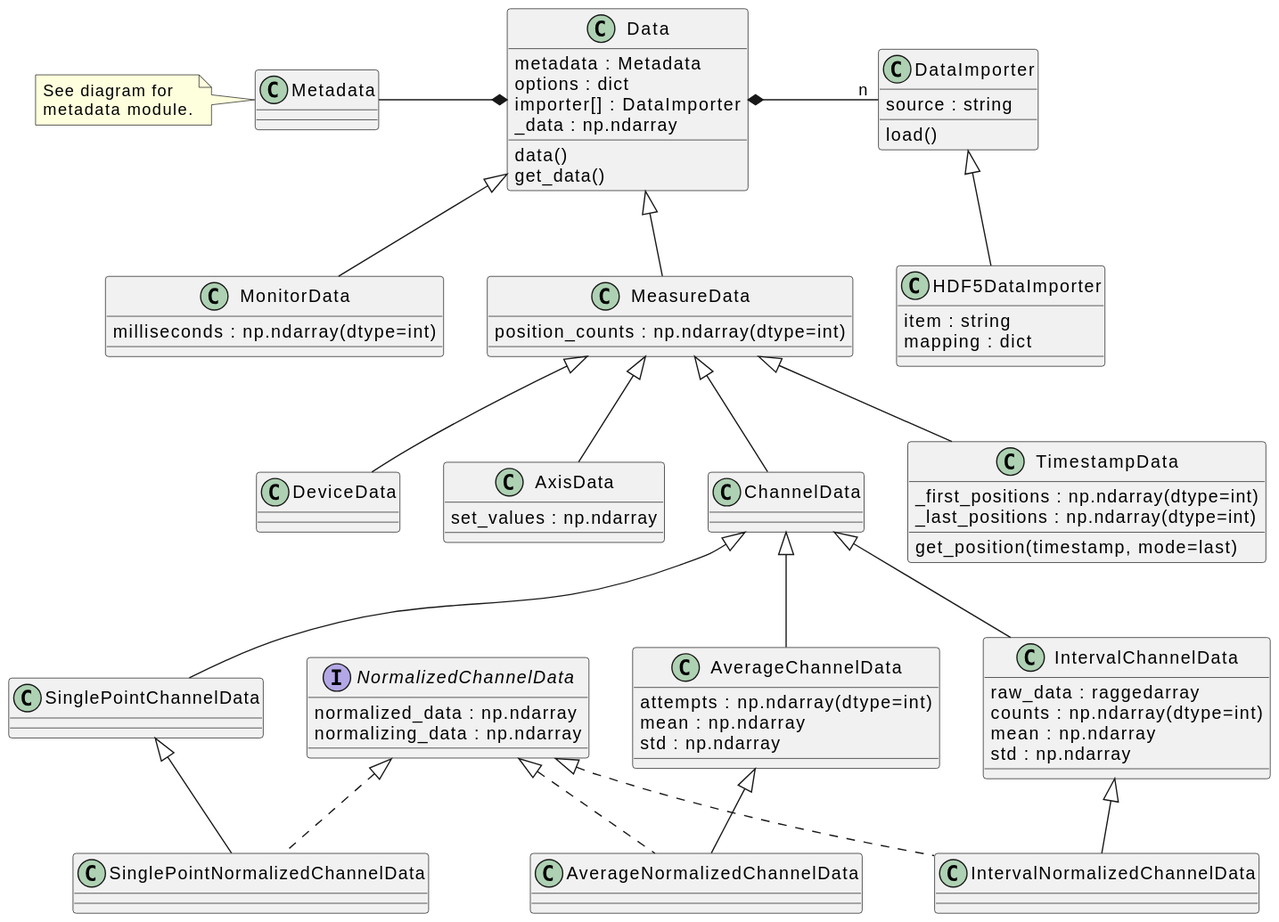
Before: docs/uml/evefile.entities.data.svg, a diagram exported from PlantUML (tillbiskup/evefile).
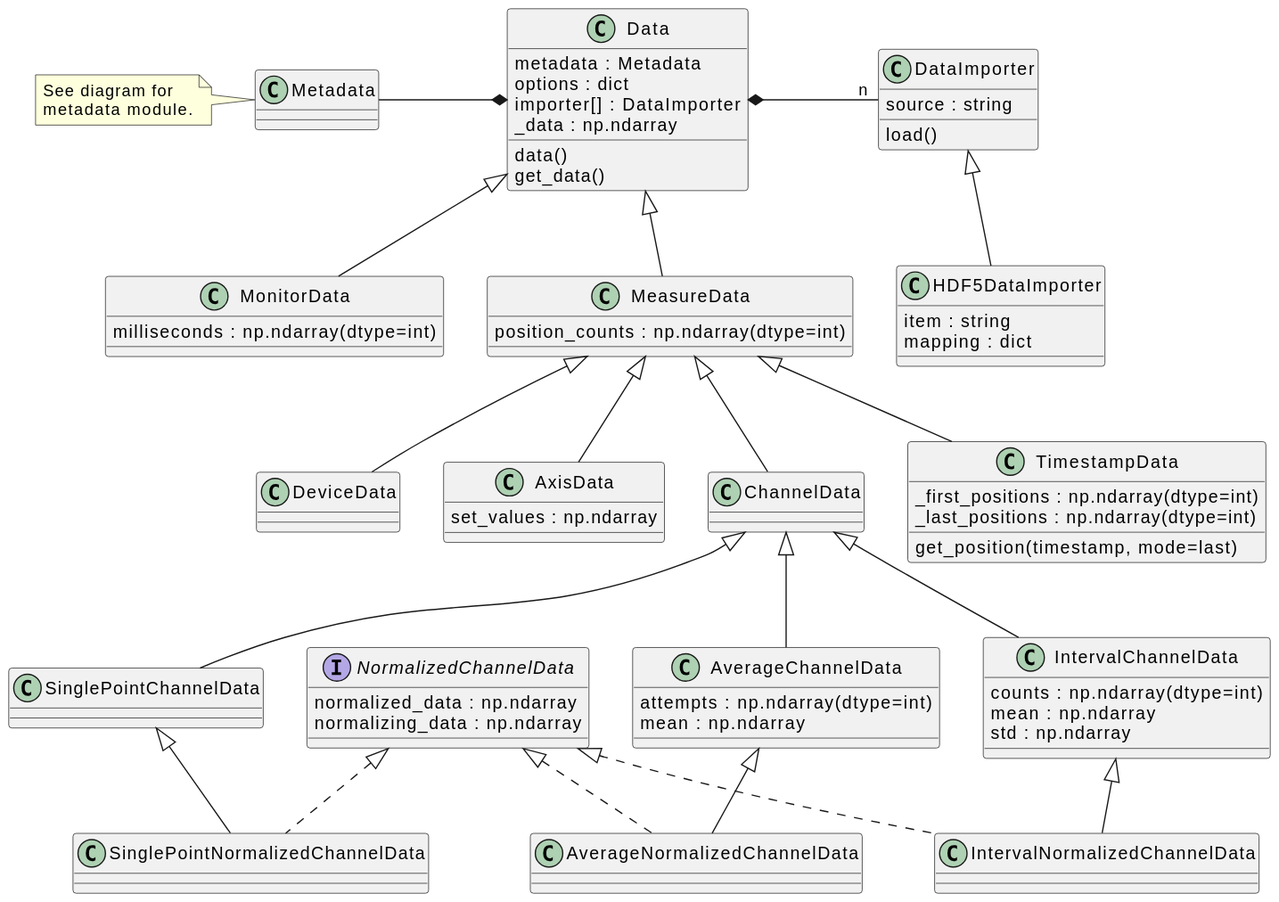
After the commit.

Commit message:
Simplify average and interval channel data (no raw data available)

Change to the diagram source:
```diff
@@ -65,14 +65,12 @@
 class AverageChannelData extends ChannelData {
     {field} attempts : np.ndarray(dtype=int)
     mean : np.ndarray
-    std : np.ndarray
 }
 
 class AverageNormalizedChannelData extends AverageChannelData implements NormalizedChannelData {
 }
 
 class IntervalChannelData extends ChannelData {
-    raw_data : raggedarray
     {field} counts : np.ndarray(dtype=int)
     mean : np.ndarray
     std : np.ndarray
```
